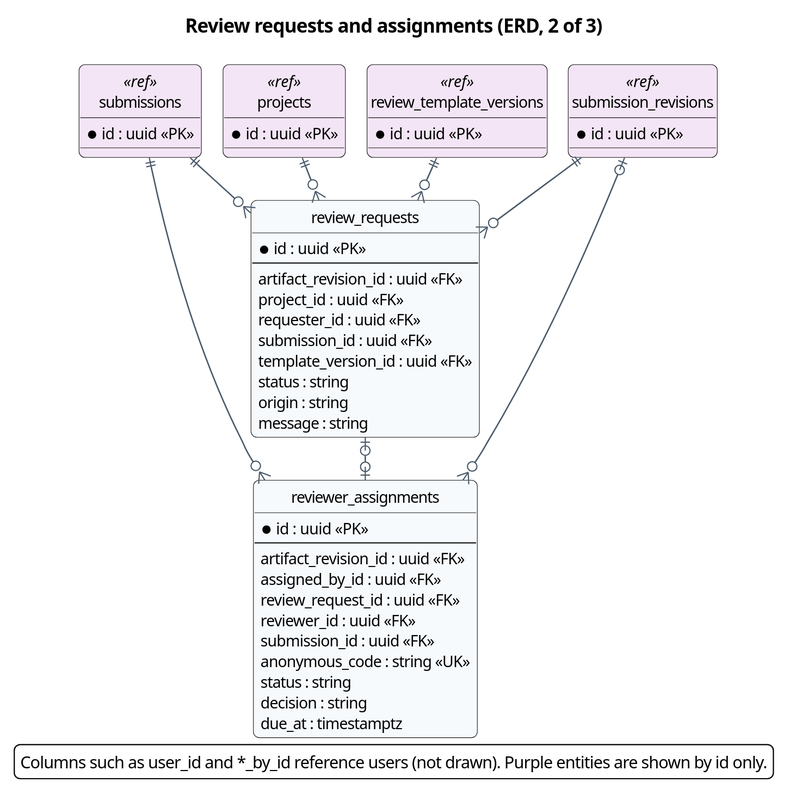
Earlier version of the PlantUML export docs/diagrams/report4/R4_ERD_review_b.svg (Khoa-Hoa-Technology-Solution-Company/lumi-gap). Its diagram source:
```plantuml
@startuml
!pragma layout smetana
skinparam dpi 150
skinparam defaultFontName "Segoe UI"
skinparam defaultFontSize 13
skinparam shadowing false
skinparam roundCorner 10
skinparam ArrowColor #4A5A6A
skinparam ArrowThickness 1.2
skinparam BorderColor #2F6DB5
skinparam BackgroundColor #FFFFFF
skinparam TitleFontSize 16
skinparam TitleFontStyle bold
skinparam entity {
  BackgroundColor #F7FAFD
  BorderColor #2F6DB5
}
skinparam entity<<ref>> {
  BackgroundColor #F3E5F5
  BorderColor #7B1FA2
}
skinparam linetype ortho
hide circle
title Review requests and assignments (ERD, 2 of 3)
entity review_requests #F7FAFD {
  * id : uuid <<PK>>
  --
  artifact_revision_id : uuid <<FK>>
  project_id : uuid <<FK>>
  requester_id : uuid <<FK>>
  submission_id : uuid <<FK>>
  template_version_id : uuid <<FK>>
  status : string
  origin : string
  message : string
}
entity reviewer_assignments #F7FAFD {
  * id : uuid <<PK>>
  --
  artifact_revision_id : uuid <<FK>>
  assigned_by_id : uuid <<FK>>
  review_request_id : uuid <<FK>>
  reviewer_id : uuid <<FK>>
  submission_id : uuid <<FK>>
  anonymous_code : string <<UK>>
  status : string
  decision : string
  due_at : timestamptz
}
entity projects <<ref>> #F3E5F5 {
  * id : uuid <<PK>>
}
entity submissions <<ref>> #F3E5F5 {
  * id : uuid <<PK>>
}
entity submission_revisions <<ref>> #F3E5F5 {
  * id : uuid <<PK>>
}
entity review_template_versions <<ref>> #F3E5F5 {
  * id : uuid <<PK>>
}
projects ||--o{ review_requests
review_requests |o--o| reviewer_assignments
review_template_versions ||--o{ review_requests
submission_revisions |o--o{ reviewer_assignments
submission_revisions ||--o{ review_requests
submissions ||--o{ review_requests
submissions ||--o{ reviewer_assignments
legend bottom
Columns such as user_id and *_by_id reference users (not drawn). Purple entities are shown by id only.
endlegend
@enduml
```
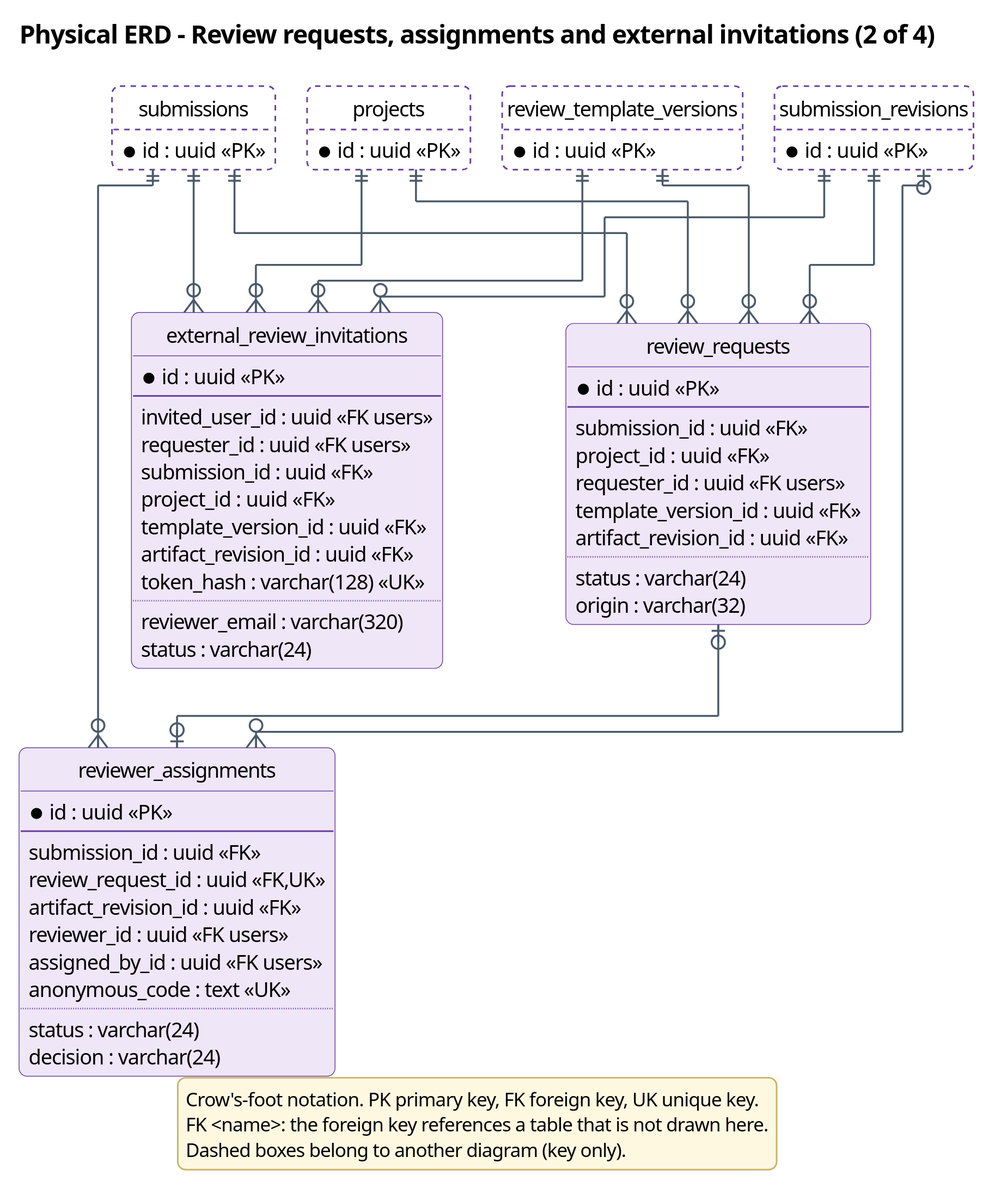
The same file after the commit.

What changed in the source:
```diff
@@ -1,72 +1,95 @@
 @startuml
-!pragma layout smetana
-skinparam dpi 150
+!pragma layout elk
+skinparam dpi 200
 skinparam defaultFontName "Segoe UI"
 skinparam defaultFontSize 13
 skinparam shadowing false
 skinparam roundCorner 10
+skinparam backgroundColor #FFFFFF
 skinparam ArrowColor #4A5A6A
 skinparam ArrowThickness 1.2
-skinparam BorderColor #2F6DB5
-skinparam BackgroundColor #FFFFFF
+skinparam ArrowFontSize 12
+skinparam ArrowFontColor #4A5A6A
 skinparam TitleFontSize 16
 skinparam TitleFontStyle bold
 skinparam entity {
-  BackgroundColor #F7FAFD
-  BorderColor #2F6DB5
+  BackgroundColor #EFE6F8
+  BorderColor #6A3FA0
 }
-skinparam entity<<ref>> {
-  BackgroundColor #F3E5F5
-  BorderColor #7B1FA2
+skinparam legend {
+  BackgroundColor #FFF8E1
+  BorderColor #C9B36B
+  FontSize 12
 }
-skinparam linetype ortho
+skinparam stereotypeFontSize 10
 hide circle
-title Review requests and assignments (ERD, 2 of 3)
-entity review_requests #F7FAFD {
+hide empty methods
+title Physical ERD - Review requests, assignments and external invitations (2 of 4)
+entity review_requests #EFE6F8;line:6A3FA0 {
   * id : uuid <<PK>>
   --
+  submission_id : uuid <<FK>>
+  project_id : uuid <<FK>>
+  requester_id : uuid <<FK users>>
+  template_version_id : uuid <<FK>>
   artifact_revision_id : uuid <<FK>>
-  project_id : uuid <<FK>>
-  requester_id : uuid <<FK>>
-  submission_id : uuid <<FK>>
-  template_version_id : uuid <<FK>>
-  status : string
-  origin : string
-  message : string
+  ..
+  status : varchar(24)
+  origin : varchar(32)
 }
-entity reviewer_assignments #F7FAFD {
+entity reviewer_assignments #EFE6F8;line:6A3FA0 {
   * id : uuid <<PK>>
   --
+  submission_id : uuid <<FK>>
+  review_request_id : uuid <<FK,UK>>
   artifact_revision_id : uuid <<FK>>
-  assigned_by_id : uuid <<FK>>
-  review_request_id : uuid <<FK>>
-  reviewer_id : uuid <<FK>>
+  reviewer_id : uuid <<FK users>>
+  assigned_by_id : uuid <<FK users>>
+  anonymous_code : text <<UK>>
+  ..
+  status : varchar(24)
+  decision : varchar(24)
+}
+entity external_review_invitations #EFE6F8;line:6A3FA0 {
+  * id : uuid <<PK>>
+  --
+  invited_user_id : uuid <<FK users>>
+  requester_id : uuid <<FK users>>
   submission_id : uuid <<FK>>
-  anonymous_code : string <<UK>>
-  status : string
-  decision : string
-  due_at : timestamptz
+  project_id : uuid <<FK>>
+  template_version_id : uuid <<FK>>
+  artifact_revision_id : uuid <<FK>>
+  token_hash : varchar(128) <<UK>>
+  ..
+  reviewer_email : varchar(320)
+  status : varchar(24)
 }
-entity projects <<ref>> #F3E5F5 {
+entity projects #FFFFFF;line:6A3FA0;line.dashed {
   * id : uuid <<PK>>
 }
-entity submissions <<ref>> #F3E5F5 {
+entity submissions #FFFFFF;line:6A3FA0;line.dashed {
   * id : uuid <<PK>>
 }
-entity submission_revisions <<ref>> #F3E5F5 {
+entity submission_revisions #FFFFFF;line:6A3FA0;line.dashed {
   * id : uuid <<PK>>
 }
-entity review_template_versions <<ref>> #F3E5F5 {
+entity review_template_versions #FFFFFF;line:6A3FA0;line.dashed {
   * id : uuid <<PK>>
 }
+projects ||--o{ external_review_invitations
 projects ||--o{ review_requests
 review_requests |o--o| reviewer_assignments
+review_template_versions ||--o{ external_review_invitations
 review_template_versions ||--o{ review_requests
+submission_revisions ||--o{ external_review_invitations
+submission_revisions ||--o{ review_requests
 submission_revisions |o--o{ reviewer_assignments
-submission_revisions ||--o{ review_requests
+submissions ||--o{ external_review_invitations
 submissions ||--o{ review_requests
 submissions ||--o{ reviewer_assignments
 legend bottom
-Columns such as user_id and *_by_id reference users (not drawn). Purple entities are shown by id only.
+Crow's-foot notation. PK primary key, FK foreign key, UK unique key.
+FK <name>: the foreign key references a table that is not drawn here.
+Dashed boxes belong to another diagram (key only).
 endlegend
 @enduml
```
